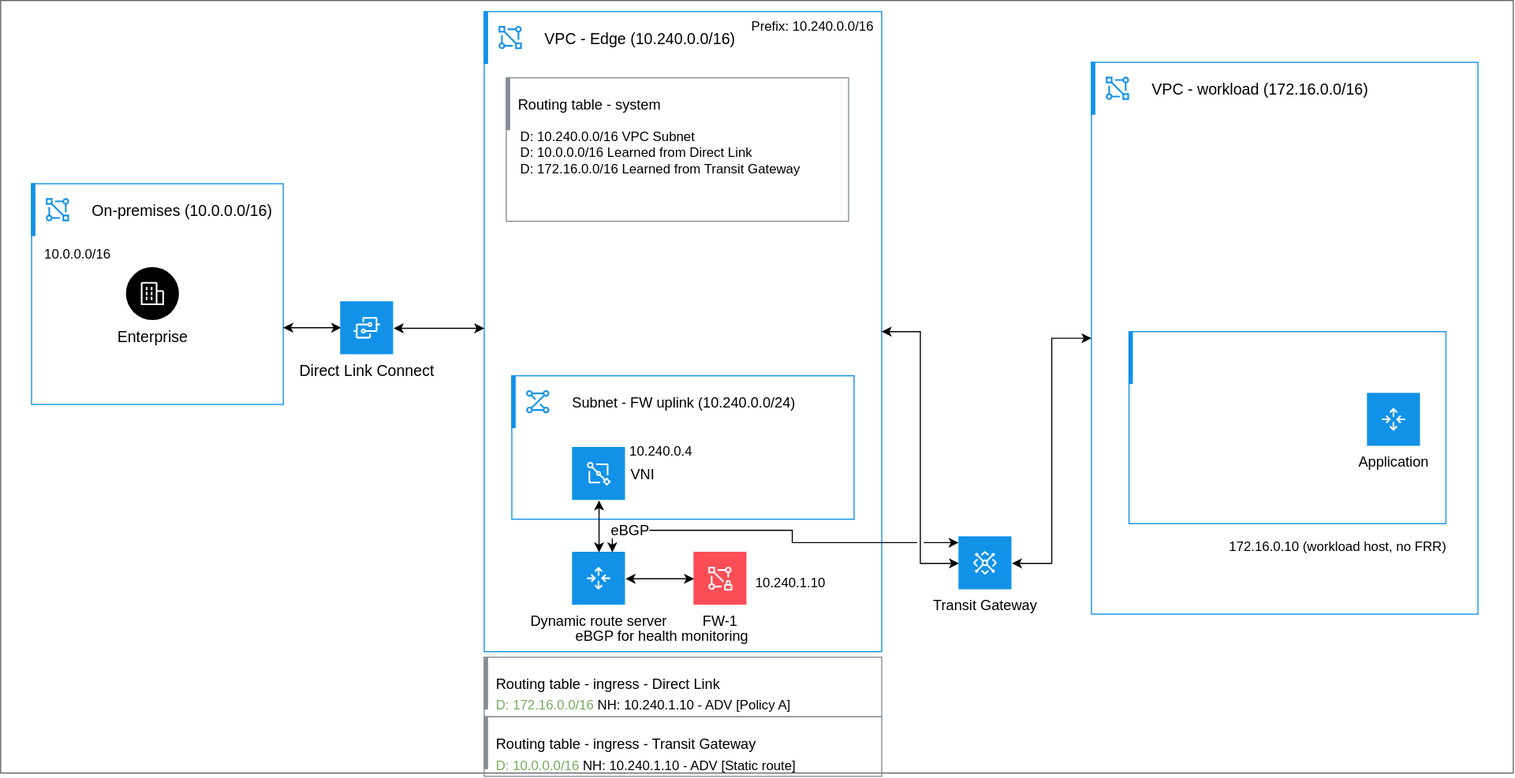
Before: images/drs-single-fw-no-router.svg, a diagram exported from draw.io (ibm-cloud-docs/vpc). Source tidied: cells renumbered, new cells last; positions are measured from the earlier drawing's top-left corner, leaving out a move shared by most shapes.
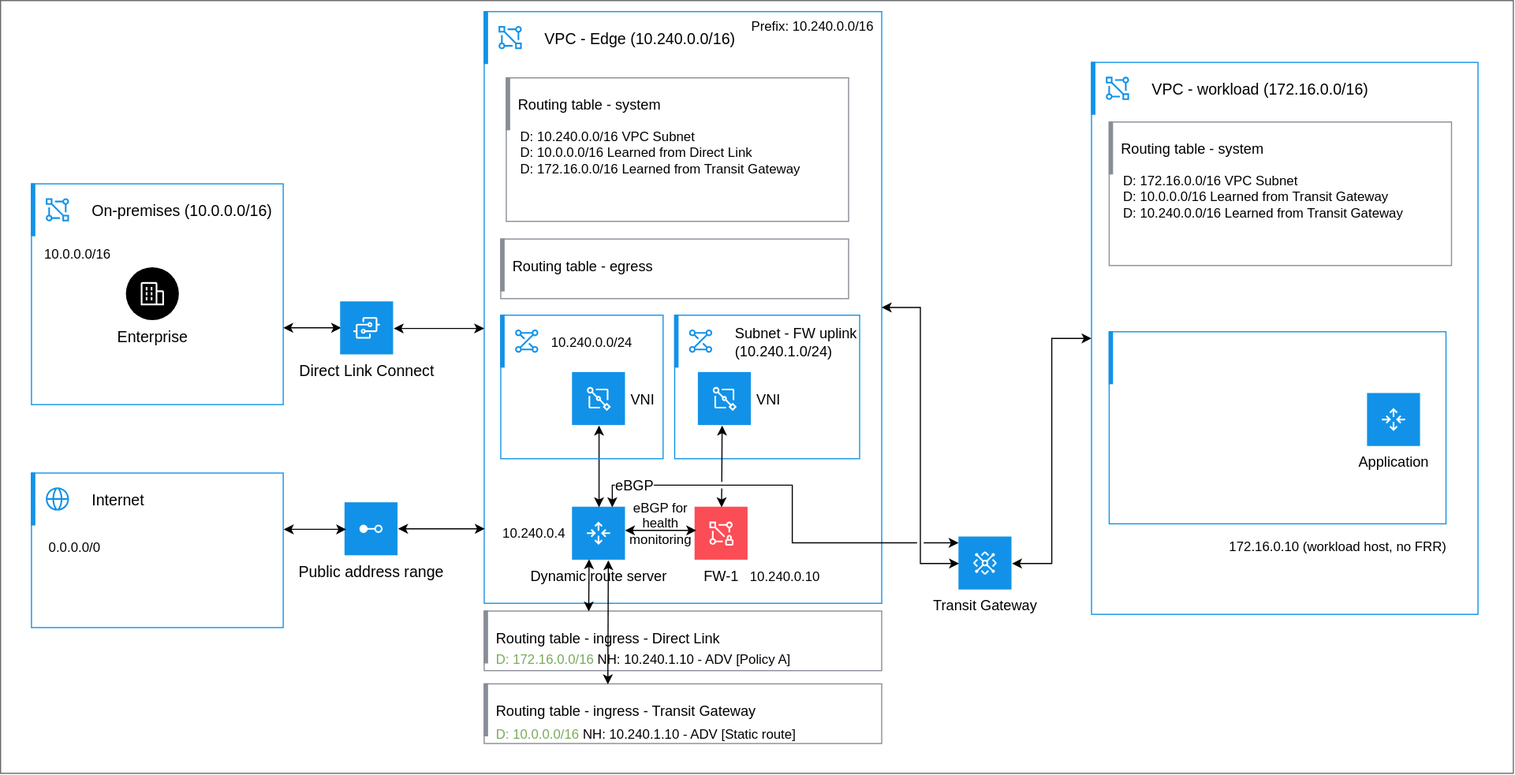
After the commit.

Change to the diagram source:
```diff
@@ -6,7 +6,7 @@
       <mxGeometry width="1370" height="700" as="geometry" />
     </mxCell>
     <mxCell id="3" style="html=1;whiteSpace=wrap;strokeColor=#1192E8;fillColor=none;strokeWidth=1;" parent="1" vertex="1">
-      <mxGeometry x="438" y="10" width="360" height="580" as="geometry" />
+      <mxGeometry x="438" y="10" width="360" height="536" as="geometry" />
     </mxCell>
     <mxCell id="4" value="VPC - Edge (10.240.0.0/16)" style="shape=rect;fillColor=none;labelPosition=right;verticalLabelPosition=middle;align=left;verticalAlign=middle;strokeColor=none;spacingLeft=5;fontSize=14;" parent="3" vertex="1">
       <mxGeometry width="48" height="48" relative="1" as="geometry" />
@@ -32,9 +32,9 @@
       <mxGeometry x="469" y="110" width="290" height="60" as="geometry" />
     </mxCell>
     <mxCell id="11" style="html=1;whiteSpace=wrap;strokeColor=#1192E8;fillColor=none;strokeWidth=1;" parent="1" vertex="1">
-      <mxGeometry x="463" y="340" width="310" height="130" as="geometry" />
+      <mxGeometry x="610.5" y="285" width="167.5" height="130" as="geometry" />
     </mxCell>
-    <mxCell id="12" value="Subnet - FW uplink (10.240.0.0/24)" style="shape=rect;fillColor=none;labelPosition=right;verticalLabelPosition=middle;align=left;verticalAlign=middle;strokeColor=none;spacingLeft=5;fontSize=13;" parent="11" vertex="1">
+    <mxCell id="12" value="Subnet - FW uplink&#10;(10.240.1.0/24)" style="shape=rect;fillColor=none;labelPosition=right;verticalLabelPosition=middle;align=left;verticalAlign=middle;strokeColor=none;spacingLeft=5;fontSize=13;" parent="11" vertex="1">
       <mxGeometry width="48" height="48" relative="1" as="geometry" />
     </mxCell>
     <mxCell id="13" style="fillColor=#1192E8;shape=mxgraph.ibm_cloud.ibm-cloud--subnets;strokeColor=none;dashed=0;html=1;labelPosition=center;verticalLabelPosition=bottom;verticalAlign=top;" parent="12" vertex="1">
@@ -46,7 +46,7 @@
       <mxGeometry width="4" height="48" relative="1" as="geometry" />
     </mxCell>
     <mxCell id="15" value="VNI" style="shape=rect;fillColor=#1192E8;labelPosition=right;verticalLabelPosition=middle;align=left;verticalAlign=middle;strokeColor=none;fontSize=13;spacing=5;" parent="1" vertex="1">
-      <mxGeometry x="518" y="405" width="48" height="48" as="geometry" />
+      <mxGeometry x="518" y="337" width="48" height="48" as="geometry" />
     </mxCell>
     <mxCell id="16" style="fillColor=#ffffff;strokeColor=none;dashed=0;html=1;labelPosition=center;verticalLabelPosition=bottom;verticalAlign=top;shape=mxgraph.ibm_cloud.network-interface;" parent="15" vertex="1">
       <mxGeometry width="24" height="24" relative="1" as="geometry">
@@ -54,10 +54,10 @@
       </mxGeometry>
     </mxCell>
     <mxCell id="17" value="10.240.0.4" style="text;html=1;align=left;verticalAlign=top;whiteSpace=wrap;rounded=0;fontSize=12;" parent="1" vertex="1">
-      <mxGeometry x="568" y="395" width="100" height="20" as="geometry" />
+      <mxGeometry x="453" y="469" width="62" height="20" as="geometry" />
     </mxCell>
     <mxCell id="18" value="Dynamic route server" style="shape=rect;fillColor=#1192E8;labelPosition=center;verticalLabelPosition=bottom;align=center;verticalAlign=top;strokeColor=none;fontSize=13;" parent="1" vertex="1">
-      <mxGeometry x="518" y="500" width="48" height="48" as="geometry" />
+      <mxGeometry x="518" y="459" width="48" height="48" as="geometry" />
     </mxCell>
     <mxCell id="19" style="fillColor=#ffffff;strokeColor=none;dashed=0;html=1;labelPosition=center;verticalLabelPosition=bottom;verticalAlign=top;shape=mxgraph.ibm_cloud.router;" parent="18" vertex="1">
       <mxGeometry width="24" height="24" relative="1" as="geometry">
@@ -68,27 +68,24 @@
       <mxGeometry relative="1" as="geometry" />
     </mxCell>
     <mxCell id="21" value="FW-1" style="shape=rect;fillColor=#FA4D56;labelPosition=center;verticalLabelPosition=bottom;align=center;verticalAlign=top;strokeColor=none;fontSize=13;" parent="1" vertex="1">
-      <mxGeometry x="628" y="500" width="48" height="48" as="geometry" />
+      <mxGeometry x="629" y="459" width="48" height="48" as="geometry" />
     </mxCell>
     <mxCell id="22" style="fillColor=#ffffff;strokeColor=none;dashed=0;html=1;labelPosition=center;verticalLabelPosition=bottom;verticalAlign=top;shape=mxgraph.ibm_cloud.ibm--vpn-for-vpc;" parent="21" vertex="1">
       <mxGeometry width="24" height="24" relative="1" as="geometry">
         <mxPoint x="12" y="12" as="offset" />
       </mxGeometry>
     </mxCell>
-    <mxCell id="23" value="10.240.1.10" style="text;html=1;align=left;verticalAlign=top;whiteSpace=wrap;rounded=0;fontSize=12;" parent="1" vertex="1">
-      <mxGeometry x="682" y="514" width="77" height="20" as="geometry" />
+    <mxCell id="23" value="10.240.0.10" style="text;html=1;align=left;verticalAlign=top;whiteSpace=wrap;rounded=0;fontSize=12;" parent="1" vertex="1">
+      <mxGeometry x="677" y="508" width="65" height="20" as="geometry" />
     </mxCell>
-    <mxCell id="24" value="&amp;nbsp;eBGP for health monitoring" style="html=1;labelBackgroundColor=#ffffff;jettySize=auto;fontSize=13;rounded=0;jumpStyle=gap;edgeStyle=orthogonalEdgeStyle;startArrow=classic;endArrow=classic;strokeWidth=1;startFill=1;endFill=1;sourcePerimeterSpacing=3;targetPerimeterSpacing=3;exitX=1;exitY=0.5;exitDx=0;exitDy=0;entryX=0;entryY=0.5;entryDx=0;entryDy=0;" parent="1" edge="1" source="18" target="21">
-      <mxGeometry x="0.01" y="-52" relative="1" as="geometry" />
-    </mxCell>
     <mxCell id="25" style="html=1;whiteSpace=wrap;strokeColor=#878D96;fillColor=none;strokeWidth=1;" parent="1" vertex="1">
-      <mxGeometry x="438" y="595" width="360" height="54" as="geometry" />
+      <mxGeometry x="438" y="553" width="360" height="54" as="geometry" />
     </mxCell>
     <mxCell id="26" value="Routing table - ingress - Direct Link" style="shape=rect;fillColor=#878D96;labelPosition=right;verticalLabelPosition=middle;align=left;verticalAlign=middle;strokeColor=none;spacingLeft=5;fontSize=13;" parent="25" vertex="1">
       <mxGeometry width="4" height="48" relative="1" as="geometry" />
     </mxCell>
     <mxCell id="27" value="&lt;span style=&quot;color: rgb(119, 171, 91);&quot;&gt;D: 172.16.0.0/16&lt;/span&gt;&amp;nbsp;NH: 10.240.1.10 - ADV [Policy A]" style="text;html=1;align=left;verticalAlign=top;whiteSpace=wrap;rounded=0;fontSize=12;" parent="1" vertex="1">
-      <mxGeometry x="447" y="625" width="295" height="20" as="geometry" />
+      <mxGeometry x="447" y="583" width="295" height="20" as="geometry" />
     </mxCell>
     <mxCell id="28" value="Transit Gateway" style="shape=rect;fillColor=#1192E8;labelPosition=center;verticalLabelPosition=bottom;align=center;verticalAlign=top;strokeColor=none;fontSize=13;" parent="1" vertex="1">
       <mxGeometry x="868" y="486" width="48" height="48" as="geometry" />
@@ -116,7 +113,7 @@
       <mxGeometry width="4" height="48" relative="1" as="geometry" />
     </mxCell>
     <mxCell id="35" style="html=1;whiteSpace=wrap;strokeColor=#1192E8;fillColor=none;strokeWidth=1;" parent="1" vertex="1">
-      <mxGeometry x="1022" y="300" width="287" height="174" as="geometry" />
+      <mxGeometry x="1004" y="300" width="305" height="174" as="geometry" />
     </mxCell>
     <mxCell id="36" style="shape=rect;fillColor=#1192E8;labelPosition=right;verticalLabelPosition=middle;align=left;verticalAlign=middle;strokeColor=none;spacingLeft=5;fontSize=13;" parent="35" vertex="1">
       <mxGeometry width="4" height="48" relative="1" as="geometry" />
@@ -184,13 +181,116 @@
       <mxGeometry x="-0.79" relative="1" as="geometry" />
     </mxCell>
     <mxCell id="53" style="html=1;whiteSpace=wrap;strokeColor=#878D96;fillColor=none;strokeWidth=1;" parent="1" vertex="1">
-      <mxGeometry x="438" y="649" width="360" height="54" as="geometry" />
+      <mxGeometry x="438" y="619" width="360" height="54" as="geometry" />
     </mxCell>
     <mxCell id="54" value="Routing table - ingress - Transit Gateway" style="shape=rect;fillColor=#878D96;labelPosition=right;verticalLabelPosition=middle;align=left;verticalAlign=middle;strokeColor=none;spacingLeft=5;fontSize=13;" parent="53" vertex="1">
       <mxGeometry width="4" height="48" relative="1" as="geometry" />
     </mxCell>
     <mxCell id="55" value="&lt;span style=&quot;color: rgb(119, 171, 91);&quot;&gt;D: 10.0.0.0/16&lt;/span&gt;&amp;nbsp;NH: 10.240.1.10 - ADV [Static route]" style="text;html=1;align=left;verticalAlign=top;whiteSpace=wrap;rounded=0;fontSize=12;" parent="1" vertex="1">
-      <mxGeometry x="447" y="680" width="295" height="20" as="geometry" />
+      <mxGeometry x="447" y="651" width="295" height="20" as="geometry" />
     </mxCell>
+    <mxCell id="56" value="VNI" style="shape=rect;fillColor=#1192E8;labelPosition=right;verticalLabelPosition=middle;align=left;verticalAlign=middle;strokeColor=none;fontSize=13;spacing=5;" parent="1" vertex="1">
+      <mxGeometry x="632" y="337" width="48" height="48" as="geometry" />
+    </mxCell>
+    <mxCell id="57" style="fillColor=#ffffff;strokeColor=none;dashed=0;html=1;labelPosition=center;verticalLabelPosition=bottom;verticalAlign=top;shape=mxgraph.ibm_cloud.network-interface;" parent="56" vertex="1">
+      <mxGeometry width="24" height="24" relative="1" as="geometry">
+        <mxPoint x="12" y="12" as="offset" />
+      </mxGeometry>
+    </mxCell>
+    <mxCell id="58" style="html=1;labelBackgroundColor=#ffffff;jettySize=auto;fontSize=13;rounded=0;jumpStyle=gap;edgeStyle=orthogonalEdgeStyle;startArrow=classic;endArrow=classic;strokeWidth=1;startFill=1;endFill=1;sourcePerimeterSpacing=3;targetPerimeterSpacing=3;exitX=0.5;exitY=0;exitDx=0;exitDy=0;entryX=0.5;entryY=1;entryDx=0;entryDy=0;" parent="1" edge="1" source="21">
+      <mxGeometry x="0.12" relative="1" as="geometry">
+        <mxPoint x="653.5" y="385" as="targetPoint" />
+      </mxGeometry>
+    </mxCell>
+    <mxCell id="59" style="html=1;whiteSpace=wrap;strokeColor=#878D96;fillColor=none;strokeWidth=1;" parent="1" vertex="1">
+      <mxGeometry x="453" y="216" width="315" height="54" as="geometry" />
+    </mxCell>
+    <mxCell id="60" value="Routing table - egress" style="shape=rect;fillColor=#878D96;labelPosition=right;verticalLabelPosition=middle;align=left;verticalAlign=middle;strokeColor=none;spacingLeft=5;fontSize=13;" parent="59" vertex="1">
+      <mxGeometry width="4" height="48" relative="1" as="geometry" />
+    </mxCell>
+    <mxCell id="61" style="endArrow=classic;startArrow=classic;html=1;rounded=0;defaultLabelBackgroundColor=page;" parent="1" edge="1">
+      <mxGeometry relative="1" as="geometry">
+        <mxPoint x="565.5" y="480" as="sourcePoint" />
+        <mxPoint x="630" y="480" as="targetPoint" />
+      </mxGeometry>
+    </mxCell>
+    <mxCell id="24" value="eBGP for health monitoring" style="text;html=1;whiteSpace=wrap;strokeColor=none;fillColor=none;align=center;verticalAlign=middle;rounded=0;" parent="1" vertex="1">
+      <mxGeometry x="583" y="459" width="30" height="30" as="geometry" />
+    </mxCell>
+    <mxCell id="62" style="html=1;whiteSpace=wrap;strokeColor=#1192E8;fillColor=none;strokeWidth=1;" parent="1" vertex="1">
+      <mxGeometry x="453" y="285" width="147" height="130" as="geometry" />
+    </mxCell>
+    <mxCell id="63" style="shape=rect;fillColor=none;labelPosition=right;verticalLabelPosition=middle;align=left;verticalAlign=middle;strokeColor=none;spacingLeft=5;fontSize=13;" parent="62" vertex="1">
+      <mxGeometry width="48" height="48" relative="1" as="geometry" />
+    </mxCell>
+    <mxCell id="64" style="fillColor=#1192E8;shape=mxgraph.ibm_cloud.ibm-cloud--subnets;strokeColor=none;dashed=0;html=1;labelPosition=center;verticalLabelPosition=bottom;verticalAlign=top;" parent="63" vertex="1">
+      <mxGeometry width="24" height="24" relative="1" as="geometry">
+        <mxPoint x="12" y="12" as="offset" />
+      </mxGeometry>
+    </mxCell>
+    <mxCell id="65" style="shape=rect;fillColor=#1192E8;labelPosition=right;verticalLabelPosition=middle;align=left;verticalAlign=middle;strokeColor=none;spacingLeft=5;fontSize=13;" parent="62" vertex="1">
+      <mxGeometry width="4" height="48" relative="1" as="geometry" />
+    </mxCell>
+    <mxCell id="66" value="10.240.0.0/24" style="text;html=1;align=left;verticalAlign=top;whiteSpace=wrap;rounded=0;fontSize=12;" parent="1" vertex="1">
+      <mxGeometry x="497" y="296" width="65" height="20" as="geometry" />
+    </mxCell>
+    <mxCell id="67" style="html=1;whiteSpace=wrap;strokeColor=#1192E8;fillColor=none;strokeWidth=1;" parent="1" vertex="1">
+      <mxGeometry x="28" y="428" width="228" height="140" as="geometry" />
+    </mxCell>
+    <mxCell id="68" value="Internet" style="shape=rect;fillColor=none;labelPosition=right;verticalLabelPosition=middle;align=left;verticalAlign=middle;strokeColor=none;spacingLeft=5;fontSize=14;labelPerimeter=1;" parent="67" vertex="1">
+      <mxGeometry width="48" height="48" relative="1" as="geometry" />
+    </mxCell>
+    <mxCell id="69" style="fillColor=#1192E8;shape=mxgraph.ibm_cloud.wikis;strokeColor=none;dashed=0;html=1;labelPosition=center;verticalLabelPosition=bottom;verticalAlign=top;labelPerimeter=1;" parent="68" vertex="1">
+      <mxGeometry width="24" height="24" relative="1" as="geometry">
+        <mxPoint x="12" y="12" as="offset" />
+      </mxGeometry>
+    </mxCell>
+    <mxCell id="70" style="shape=rect;fillColor=#1192E8;labelPosition=right;verticalLabelPosition=middle;align=left;verticalAlign=middle;strokeColor=none;spacingLeft=5;fontSize=14;labelPerimeter=1;" parent="67" vertex="1">
+      <mxGeometry width="4" height="48" relative="1" as="geometry" />
+    </mxCell>
+    <mxCell id="71" value="0.0.0.0/0" style="text;html=1;align=left;verticalAlign=top;whiteSpace=wrap;rounded=0;fontSize=12;" parent="1" vertex="1">
+      <mxGeometry x="42" y="482" width="60" height="20" as="geometry" />
+    </mxCell>
+    <mxCell id="72" value="Public address range" style="shape=rect;fillColor=#1192E8;labelPosition=center;verticalLabelPosition=bottom;align=center;verticalAlign=top;strokeColor=none;fontSize=14;labelPerimeter=1;" parent="1" vertex="1">
+      <mxGeometry x="312" y="455" width="48" height="48" as="geometry" />
+    </mxCell>
+    <mxCell id="73" style="fillColor=#ffffff;strokeColor=none;dashed=0;html=1;labelPosition=center;verticalLabelPosition=bottom;verticalAlign=top;shape=mxgraph.ibm_cloud.floating-ip;labelPerimeter=1;" parent="72" vertex="1">
+      <mxGeometry width="24" height="24" relative="1" as="geometry">
+        <mxPoint x="12" y="12" as="offset" />
+      </mxGeometry>
+    </mxCell>
+    <mxCell id="74" style="endArrow=classic;startArrow=classic;html=1;rounded=0;defaultLabelBackgroundColor=page;" parent="1" edge="1">
+      <mxGeometry relative="1" as="geometry">
+        <mxPoint x="256.5" y="479" as="sourcePoint" />
+        <mxPoint x="313" y="479" as="targetPoint" />
+      </mxGeometry>
+    </mxCell>
+    <mxCell id="75" style="endArrow=classic;startArrow=classic;html=1;rounded=0;defaultLabelBackgroundColor=page;" parent="1" edge="1">
+      <mxGeometry relative="1" as="geometry">
+        <mxPoint x="360" y="478.5" as="sourcePoint" />
+        <mxPoint x="438.5" y="478.5" as="targetPoint" />
+      </mxGeometry>
+    </mxCell>
+    <mxCell id="76" style="html=1;whiteSpace=wrap;strokeColor=#878D96;fillColor=none;strokeWidth=1;" parent="1" vertex="1">
+      <mxGeometry x="1004" y="110" width="310" height="130" as="geometry" />
+    </mxCell>
+    <mxCell id="77" value="Routing table - system" style="shape=rect;fillColor=#878D96;labelPosition=right;verticalLabelPosition=middle;align=left;verticalAlign=middle;strokeColor=none;spacingLeft=5;fontSize=13;" parent="76" vertex="1">
+      <mxGeometry width="4" height="48" relative="1" as="geometry" />
+    </mxCell>
+    <mxCell id="78" value="D: 172.16.0.0/16 VPC Subnet&lt;br&gt;D: 10.0.0.0/16 Learned from Transit Gateway&lt;br&gt;D: 10.240.0.0/16 Learned from Transit Gateway" style="text;html=1;align=left;verticalAlign=top;whiteSpace=wrap;rounded=0;fontSize=12;" parent="1" vertex="1">
+      <mxGeometry x="1015" y="150" width="290" height="60" as="geometry" />
+    </mxCell>
+    <mxCell id="79" style="html=1;labelBackgroundColor=#ffffff;jettySize=auto;orthogonalLoop=1;fontSize=13;rounded=0;jumpStyle=gap;edgeStyle=orthogonalEdgeStyle;startArrow=classic;endArrow=classic;strokeWidth=1;startFill=1;endFill=1;sourcePerimeterSpacing=3;targetPerimeterSpacing=3;exitX=0.288;exitY=0.026;exitDx=0;exitDy=0;entryX=0.5;entryY=1;entryDx=0;entryDy=0;exitPerimeter=0;" parent="1" edge="1">
+      <mxGeometry x="-0.41" relative="1" as="geometry">
+        <mxPoint x="532.7" y="553.4" as="sourcePoint" />
+        <mxPoint x="533" y="506" as="targetPoint" />
+      </mxGeometry>
+    </mxCell>
+    <mxCell id="80" style="html=1;labelBackgroundColor=#ffffff;jettySize=auto;orthogonalLoop=1;fontSize=13;rounded=0;jumpStyle=gap;edgeStyle=orthogonalEdgeStyle;startArrow=classic;endArrow=classic;strokeWidth=1;startFill=1;endFill=1;sourcePerimeterSpacing=3;targetPerimeterSpacing=3;exitX=0.321;exitY=0.007;exitDx=0;exitDy=0;entryX=0.5;entryY=1;entryDx=0;entryDy=0;exitPerimeter=0;" parent="1" edge="1">
+      <mxGeometry x="0.34" relative="1" as="geometry">
+        <mxPoint x="550" y="619.4" as="sourcePoint" />
+        <mxPoint x="550.4" y="507" as="targetPoint" />
+      </mxGeometry>
+    </mxCell>
   </root>
 </mxGraphModel>
```
